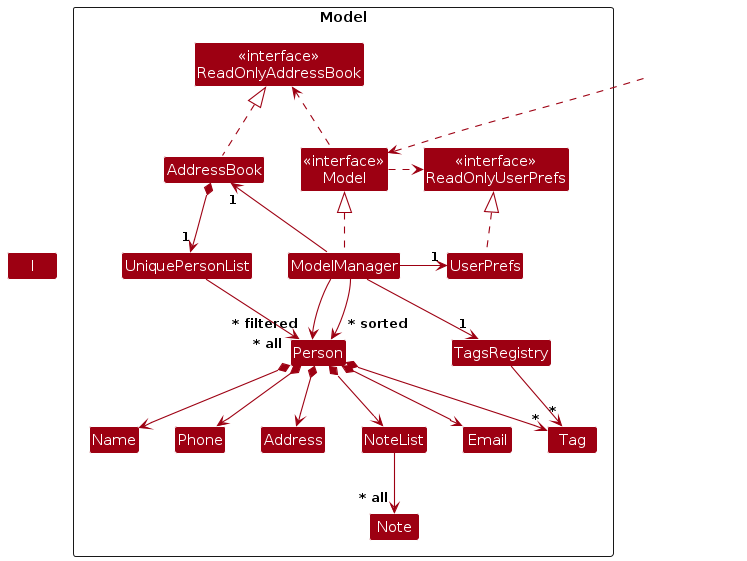
AY2526S2-CS2103T-T15-4/tp keeps this PlantUML diagram as diagrams/ModelClassDiagram.png. Above is the earlier version. Its source is kept beside it as diagrams/ModelClassDiagram.puml. Source of this version:
```plantuml
@startuml
!include style.puml
skinparam arrowThickness 1.1
skinparam arrowColor MODEL_COLOR
skinparam classBackgroundColor MODEL_COLOR

Package Model as ModelPackage <<Rectangle>> {
    Class "<<interface>>\nReadOnlyAddressBook" as ReadOnlyAddressBook
    Class "<<interface>>\nReadOnlyUserPrefs" as ReadOnlyUserPrefs
    Class "<<interface>>\nModel" as Model
    Class AddressBook
    Class ModelManager
    Class UserPrefs

    Class UniquePersonList
    Class Person
    Class Address
    Class Email
    Class Name
    Class Phone
    Class Tag
    Class NoteList
    Class Note
    Class TagsRegistry
}

Class HiddenOutside #FFFFFF
HiddenOutside ..> Model

AddressBook .up.|> ReadOnlyAddressBook

ModelManager .up.|> Model
Model .right.> ReadOnlyUserPrefs
Model .left.> ReadOnlyAddressBook
ModelManager -left-> "1" AddressBook
ModelManager -right-> "1" UserPrefs
UserPrefs .up.|> ReadOnlyUserPrefs

AddressBook *--> "1" UniquePersonList
UniquePersonList --> "~* all" Person
Person *--> Name
Person *--> Phone
Person *--> Email
Person *--> Address
Person *--> "*" Tag
Person *--> NoteList

NoteList --> "~* all" Note

Person -[hidden]up--> I
UniquePersonList -[hidden]right-> I

Name -[hidden]right-> Phone
Phone -[hidden]right-> Address
Address -[hidden]right-> Email

ModelManager --> "~* filtered" Person
ModelManager --> "~* sorted" Person
ModelManager -right-> "1" TagsRegistry
TagsRegistry --> "*" Tag
@enduml
```
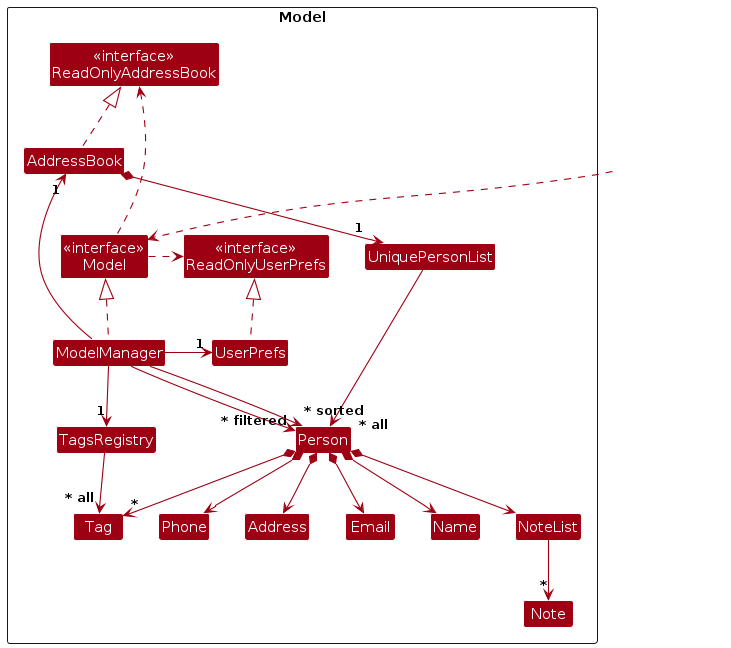
The same diagram one commit later.

Change to the diagram source:
```diff
@@ -12,16 +12,18 @@
     Class ModelManager
     Class UserPrefs
 
-    Class UniquePersonList
-    Class Person
-    Class Address
-    Class Email
-    Class Name
-    Class Phone
-    Class Tag
-    Class NoteList
-    Class Note
-    Class TagsRegistry
+Class UniquePersonList
+Class Person
+Class Address
+Class Email
+Class Name
+Class Phone
+Class Tag
+Class NoteList
+Class Note
+Class TagsRegistry
+
+Class I #FFFFFF
 }
 
 Class HiddenOutside #FFFFFF
@@ -45,7 +47,7 @@
 Person *--> "*" Tag
 Person *--> NoteList
 
-NoteList --> "~* all" Note
+NoteList --> "*" Note
 
 Person -[hidden]up--> I
 UniquePersonList -[hidden]right-> I
@@ -57,5 +59,5 @@
 ModelManager --> "~* filtered" Person
 ModelManager --> "~* sorted" Person
 ModelManager -right-> "1" TagsRegistry
-TagsRegistry --> "*" Tag
+TagsRegistry --> "~* all" Tag
 @enduml
```
